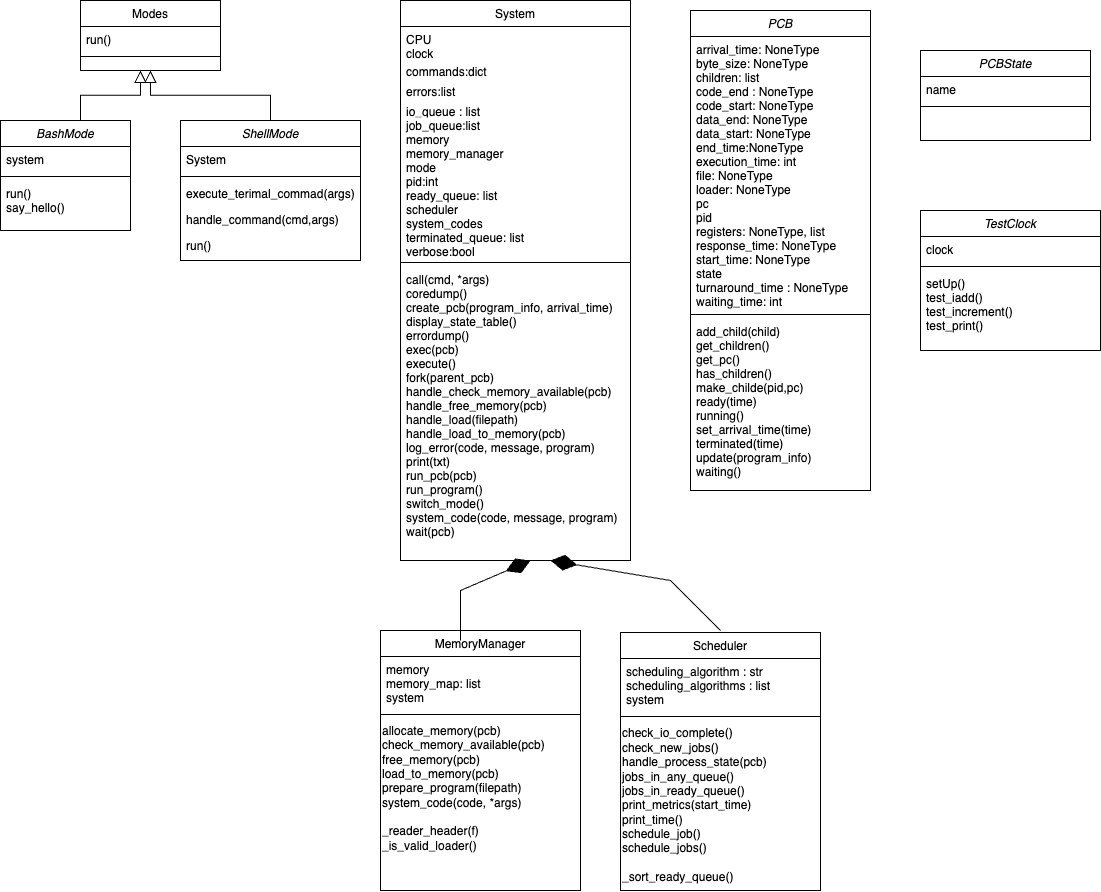
Luly7/new-repo keeps this draw.io diagram as directions/M3_class_diagram.drawio.png. Above is the earlier version. Source tidied: cells renumbered, new cells last; positions are measured from the earlier drawing's top-left corner, leaving out a move shared by most shapes.
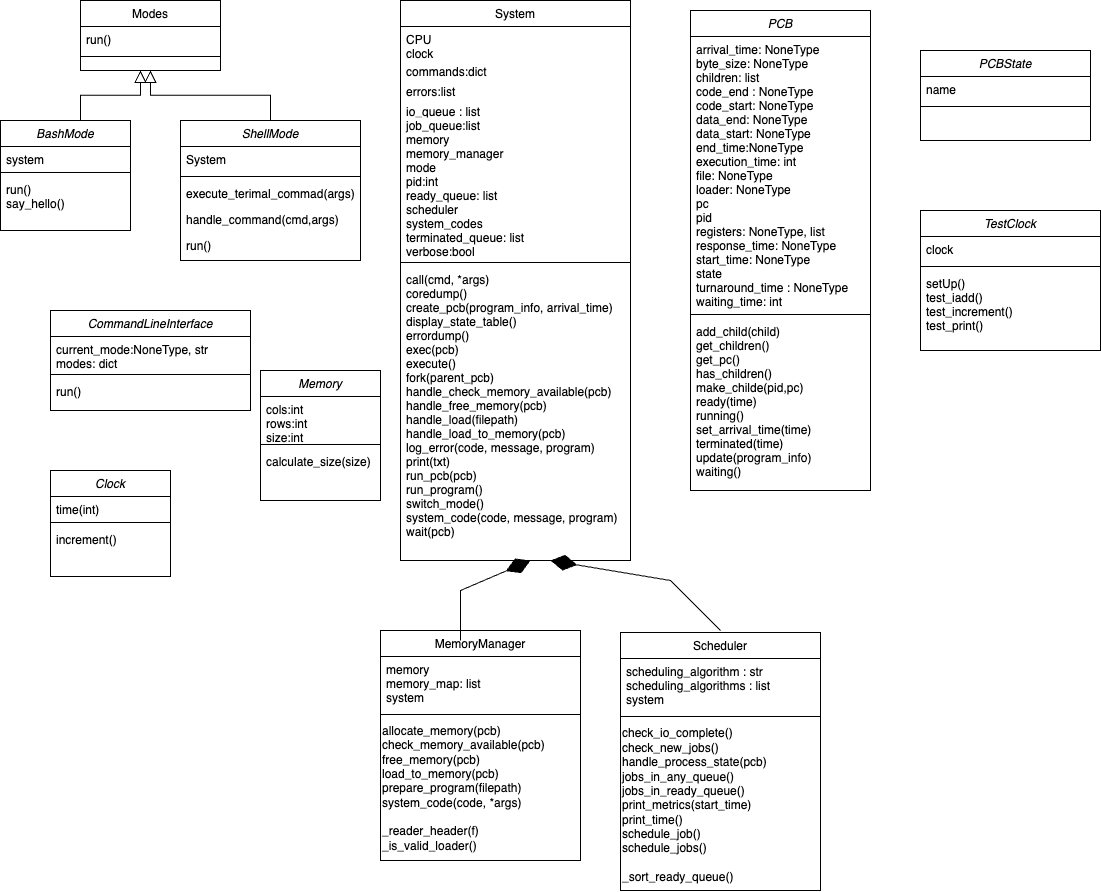
Later version of the same file.

Diff of the diagram source:
```diff
@@ -21,7 +21,7 @@
       <mxGeometry y="112" width="180" height="26" as="geometry" />
     </mxCell>
     <mxCell id="8" value="MemoryManager" style="swimlane;fontStyle=0;align=center;verticalAlign=top;horizontal=1;startSize=26;rounded=0;shadow=0;strokeWidth=1;" parent="1" vertex="1">
-      <mxGeometry x="380" y="630" width="200" height="260" as="geometry" />
+      <mxGeometry x="380" y="630" width="200" height="230" as="geometry" />
     </mxCell>
     <mxCell id="9" value="memory&#10;memory_map: list&#10;system&#10;" style="text;align=left;verticalAlign=top;spacingLeft=4;spacingRight=4;overflow=hidden;" parent="8" vertex="1">
       <mxGeometry y="26" width="200" height="54" as="geometry" />
@@ -75,13 +75,13 @@
       <mxGeometry y="120" width="130" height="110" as="geometry" />
     </mxCell>
     <mxCell id="26" value="system" style="text;align=left;verticalAlign=top;spacingLeft=4;spacingRight=4;overflow=hidden;" parent="25" vertex="1">
-      <mxGeometry y="26" width="130" height="26" as="geometry" />
+      <mxGeometry y="26" width="130" height="22" as="geometry" />
     </mxCell>
     <mxCell id="27" style="line;html=1;strokeWidth=1;align=left;verticalAlign=middle;spacingTop=-1;spacingLeft=3;spacingRight=3;labelPosition=right;" parent="25" vertex="1">
-      <mxGeometry y="52" width="130" height="8" as="geometry" />
+      <mxGeometry y="48" width="130" height="8" as="geometry" />
     </mxCell>
     <mxCell id="28" value="run()&#10;say_hello()" style="text;align=left;verticalAlign=top;spacingLeft=4;spacingRight=4;overflow=hidden;" parent="25" vertex="1">
-      <mxGeometry y="60" width="130" height="50" as="geometry" />
+      <mxGeometry y="56" width="130" height="50" as="geometry" />
     </mxCell>
     <mxCell id="29" style="endArrow=block;endSize=10;endFill=0;shadow=0;strokeWidth=1;rounded=0;curved=0;edgeStyle=elbowEdgeStyle;elbow=vertical;" parent="1" edge="1">
       <mxGeometry relative="1" as="geometry">
@@ -152,5 +152,41 @@
     <mxCell id="46" style="line;html=1;strokeWidth=1;align=left;verticalAlign=middle;spacingTop=-1;spacingLeft=3;spacingRight=3;labelPosition=right;" parent="44" vertex="1">
       <mxGeometry y="52" width="170" height="8" as="geometry" />
     </mxCell>
+    <mxCell id="47" value="Memory" style="swimlane;fontStyle=2;align=center;verticalAlign=top;horizontal=1;startSize=26;rounded=0;shadow=0;strokeWidth=1;" parent="1" vertex="1">
+      <mxGeometry x="260" y="370" width="120" height="130" as="geometry" />
+    </mxCell>
+    <mxCell id="48" value="cols:int&#10;rows:int&#10;size:int" style="text;align=left;verticalAlign=top;spacingLeft=4;spacingRight=4;overflow=hidden;" parent="47" vertex="1">
+      <mxGeometry y="26" width="120" height="44" as="geometry" />
+    </mxCell>
+    <mxCell id="49" style="line;html=1;strokeWidth=1;align=left;verticalAlign=middle;spacingTop=-1;spacingLeft=3;spacingRight=3;labelPosition=right;" parent="47" vertex="1">
+      <mxGeometry y="70" width="120" height="8" as="geometry" />
+    </mxCell>
+    <mxCell id="50" value="calculate_size(size)" style="text;align=left;verticalAlign=top;spacingLeft=4;spacingRight=4;overflow=hidden;" parent="47" vertex="1">
+      <mxGeometry y="78" width="120" height="50" as="geometry" />
+    </mxCell>
+    <mxCell id="51" value="CommandLineInterface" style="swimlane;fontStyle=2;align=center;verticalAlign=top;horizontal=1;startSize=26;rounded=0;shadow=0;strokeWidth=1;" parent="1" vertex="1">
+      <mxGeometry x="50" y="310" width="200" height="100" as="geometry" />
+    </mxCell>
+    <mxCell id="52" value="current_mode:NoneType, str&#10;modes: dict" style="text;align=left;verticalAlign=top;spacingLeft=4;spacingRight=4;overflow=hidden;" parent="51" vertex="1">
+      <mxGeometry y="26" width="200" height="34" as="geometry" />
+    </mxCell>
+    <mxCell id="53" style="line;html=1;strokeWidth=1;align=left;verticalAlign=middle;spacingTop=-1;spacingLeft=3;spacingRight=3;labelPosition=right;" parent="51" vertex="1">
+      <mxGeometry y="60" width="200" height="8" as="geometry" />
+    </mxCell>
+    <mxCell id="54" value="run()" style="text;align=left;verticalAlign=top;spacingLeft=4;spacingRight=4;overflow=hidden;" parent="51" vertex="1">
+      <mxGeometry y="68" width="200" height="32" as="geometry" />
+    </mxCell>
+    <mxCell id="55" value="Clock" style="swimlane;fontStyle=2;align=center;verticalAlign=top;horizontal=1;startSize=26;rounded=0;shadow=0;strokeWidth=1;" parent="1" vertex="1">
+      <mxGeometry x="50" y="470" width="120" height="106" as="geometry" />
+    </mxCell>
+    <mxCell id="56" value="time(int)" style="text;align=left;verticalAlign=top;spacingLeft=4;spacingRight=4;overflow=hidden;" parent="55" vertex="1">
+      <mxGeometry y="26" width="120" height="22" as="geometry" />
+    </mxCell>
+    <mxCell id="57" style="line;html=1;strokeWidth=1;align=left;verticalAlign=middle;spacingTop=-1;spacingLeft=3;spacingRight=3;labelPosition=right;" parent="55" vertex="1">
+      <mxGeometry y="48" width="120" height="8" as="geometry" />
+    </mxCell>
+    <mxCell id="58" value="increment()" style="text;align=left;verticalAlign=top;spacingLeft=4;spacingRight=4;overflow=hidden;" parent="55" vertex="1">
+      <mxGeometry y="56" width="120" height="50" as="geometry" />
+    </mxCell>
   </root>
 </mxGraphModel>
```
